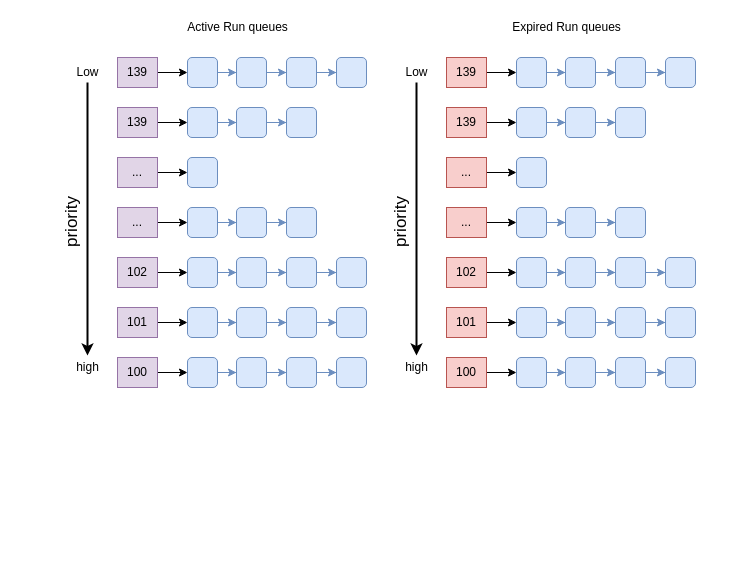
estraining/diagram-store keeps this draw.io diagram as Scheduling-Normal-Processes.drawio. Above is the earlier version. Source tidied: cells renumbered, new cells numbered last; positions are measured from the earlier drawing's top-left corner, leaving out a move shared by most shapes. Both pictures are drawn from the tidied source at 100%, with x=0, y=0 at pixel (37, 17).
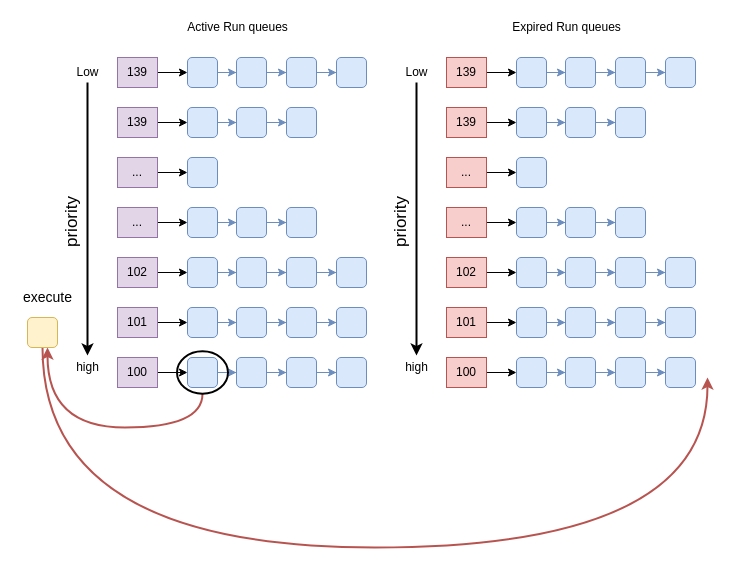
The same diagram, later.

Change to the diagram source:
```diff
@@
+    <mxCell id="118" style="edgeStyle=orthogonalEdgeStyle;rounded=0;jettySize=auto;html=1;strokeWidth=2;curved=1;fillColor=#f8cecc;strokeColor=#b85450;" parent="1" edge="1" source="119">
+      <mxGeometry relative="1" as="geometry">
+        <mxPoint x="10" y="330" as="targetPoint" />
+        <Array as="points">
+          <mxPoint x="165" y="410" />
+          <mxPoint x="10" y="410" />
+        </Array>
+      </mxGeometry>
+    </mxCell>
+    <mxCell id="119" style="ellipse;whiteSpace=wrap;html=1;fillColor=none;strokeWidth=2;" parent="1" vertex="1">
+      <mxGeometry x="139.5" y="333.8" width="51" height="42.5" as="geometry" />
+    </mxCell>
+    <mxCell id="120" style="edgeStyle=orthogonalEdgeStyle;curved=1;rounded=0;jettySize=auto;html=1;strokeWidth=2;fillColor=#f8cecc;strokeColor=#b85450;" parent="1" edge="1" source="121">
+      <mxGeometry relative="1" as="geometry">
+        <mxPoint x="670" y="360" as="targetPoint" />
+        <Array as="points">
+          <mxPoint x="5" y="530" />
+          <mxPoint x="670" y="530" />
+        </Array>
+      </mxGeometry>
+    </mxCell>
+    <mxCell id="121" style="rounded=1;whiteSpace=wrap;html=1;fillColor=#fff2cc;strokeColor=#d6b656;" parent="1" vertex="1">
+      <mxGeometry x="-10" y="300" width="30" height="30" as="geometry" />
+    </mxCell>
+    <mxCell id="122" value="&lt;font style=&quot;font-size: 14px&quot;&gt;execute&lt;/font&gt;" style="text;html=1;align=center;verticalAlign=middle;" parent="1" vertex="1">
+      <mxGeometry x="-20" y="270" width="60" height="20" as="geometry" />
+    </mxCell>
```
